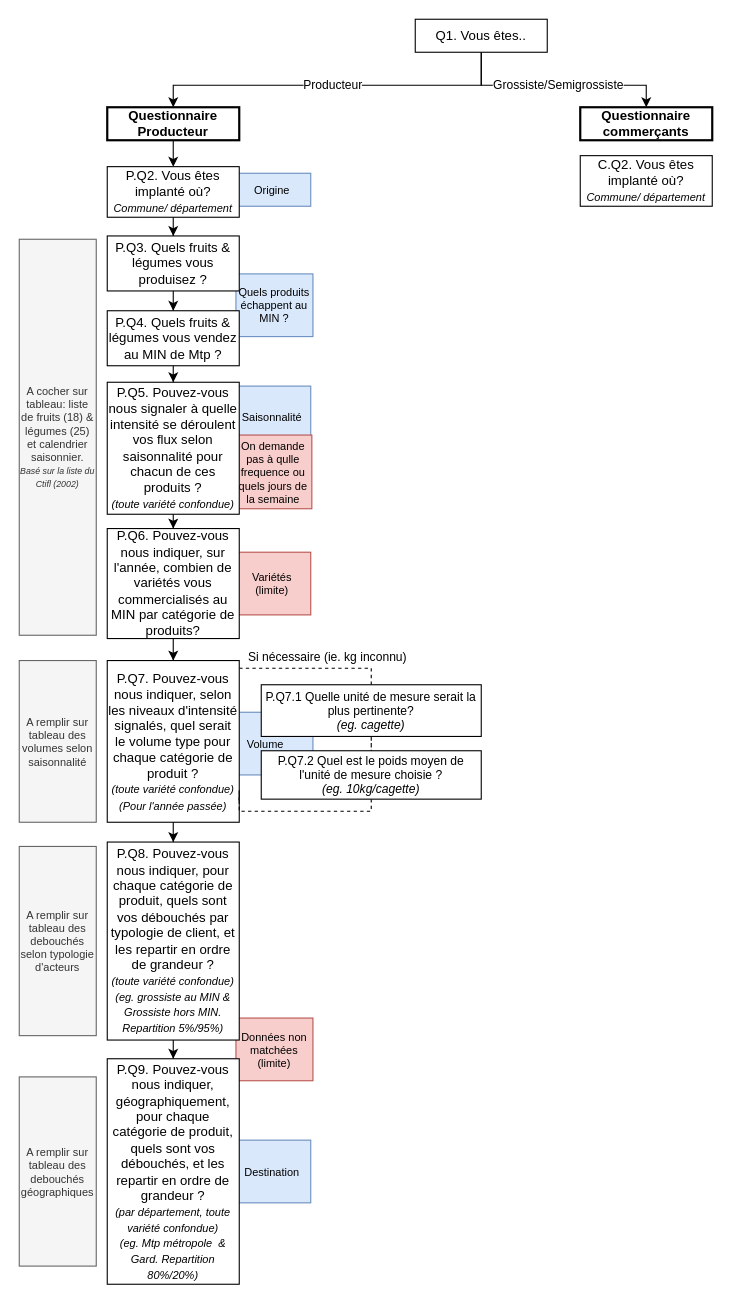
This is Untitled Diagram.drawio from JoaquinAmeller/Test, a draw.io file, before an edit. Source tidied: cells renumbered, new cells numbered last; positions are measured from the earlier drawing's top-left corner, leaving out a move shared by most shapes. Both pictures are drawn from the tidied source at 110%, with x=0, y=0 at pixel (19, 19).
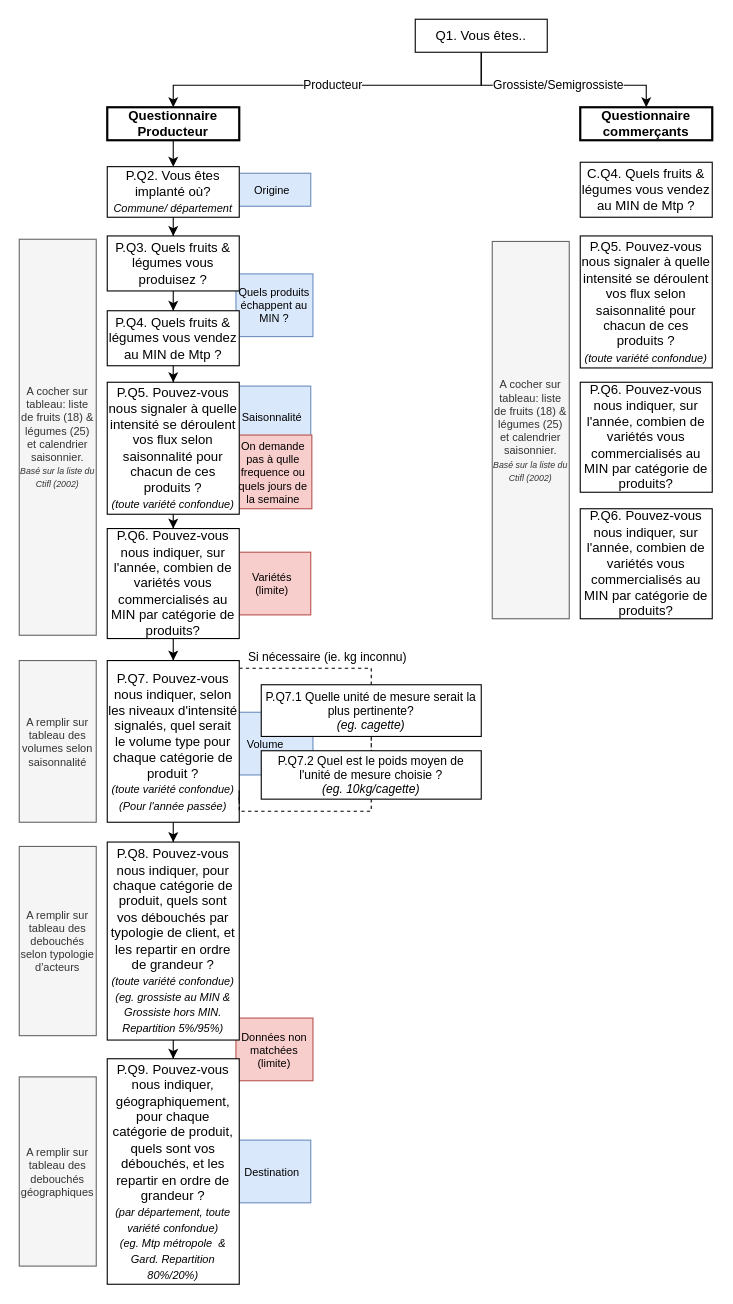
The same page after the edit.

The edit, as a diff of the source:
```diff
@@
-    <mxCell id="40" value="C.Q2. Vous êtes implanté où?&lt;br&gt;&lt;i&gt;&lt;font style=&quot;font-size: 10px;&quot;&gt;Commune/ département&lt;/font&gt;&lt;/i&gt;" style="rounded=0;whiteSpace=wrap;html=1;" parent="1" vertex="1">
-      <mxGeometry x="510" y="124" width="120" height="46" as="geometry" />
-    </mxCell>
+    <mxCell id="41" value="C.Q4. Quels fruits &amp;amp; légumes vous vendez au MIN de Mtp ?" style="rounded=0;whiteSpace=wrap;html=1;" parent="1" vertex="1">
+      <mxGeometry x="510" y="130" width="120" height="50" as="geometry" />
+    </mxCell>
+    <mxCell id="42" value="P.Q5. Pouvez-vous nous signaler à quelle intensité se déroulent vos flux selon saisonnalité pour chacun de ces produits ?&lt;br&gt;&lt;i&gt;&lt;font style=&quot;font-size: 10px;&quot;&gt;(toute variété confondue)&lt;/font&gt;&lt;/i&gt;" style="rounded=0;whiteSpace=wrap;html=1;" parent="1" vertex="1">
+      <mxGeometry x="510" y="197" width="120" height="120" as="geometry" />
+    </mxCell>
+    <mxCell id="43" value="P.Q6. Pouvez-vous nous indiquer, sur l'année, combien de variétés vous commercialisés au MIN par catégorie de produits?" style="rounded=0;whiteSpace=wrap;html=1;" parent="1" vertex="1">
+      <mxGeometry x="510" y="330" width="120" height="100" as="geometry" />
+    </mxCell>
+    <mxCell id="44" value="&lt;font&gt;A cocher sur tableau: liste de fruits (18) &amp;amp; légumes (25) et calendrier saisonnier. &lt;i&gt;&lt;font style=&quot;font-size: 8px;&quot;&gt;Basé sur la liste du&lt;br&gt;Ctifl (2002)&lt;/font&gt;&lt;/i&gt;&lt;/font&gt;" style="rounded=0;whiteSpace=wrap;html=1;rotation=0;fillColor=#f5f5f5;fontColor=#333333;strokeColor=#666666;fontSize=10;" parent="1" vertex="1">
+      <mxGeometry x="430" y="202" width="70" height="343" as="geometry" />
+    </mxCell>
+    <mxCell id="45" value="P.Q6. Pouvez-vous nous indiquer, sur l'année, combien de variétés vous commercialisés au MIN par catégorie de produits?" style="rounded=0;whiteSpace=wrap;html=1;" parent="1" vertex="1">
+      <mxGeometry x="510" y="445" width="120" height="100" as="geometry" />
+    </mxCell>
```
